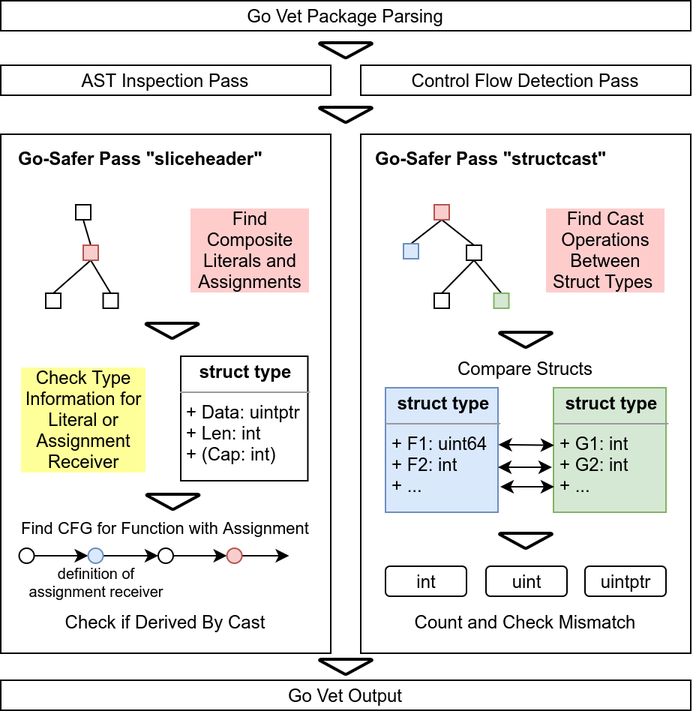
Before: thesis/assets/figures/go-safer-architecture.png, a diagram exported from draw.io (jlauinger/master-of-science). Source tidied: cells renumbered, new cells last; positions are measured from the earlier drawing's top-left corner, leaving out a move shared by most shapes.
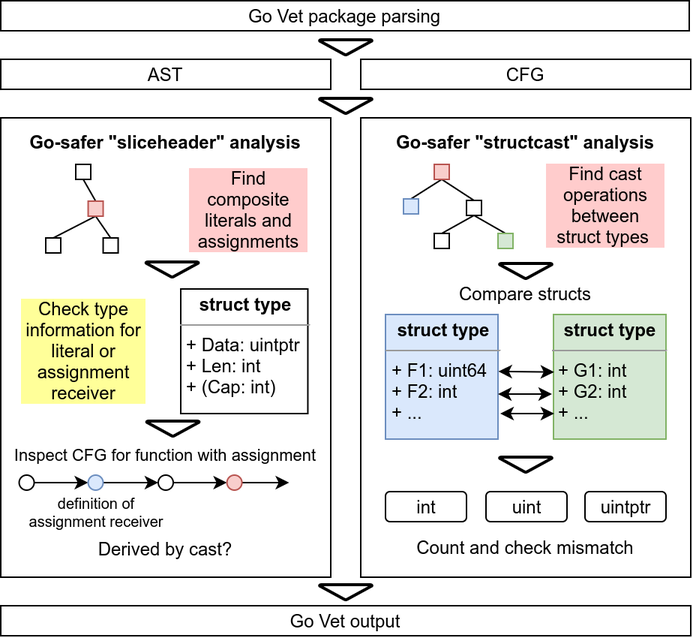
Later version of the same file.

Commit message:
paper: update design figures

Diff of the diagram source:
```diff
@@ -3,22 +3,22 @@
     <mxCell id="0" />
     <mxCell id="1" parent="0" />
     <mxCell id="2" style="rounded=0;whiteSpace=wrap;html=1;" parent="1" vertex="1">
-      <mxGeometry y="89" width="220" height="346" as="geometry" />
+      <mxGeometry y="89" width="220" height="306" as="geometry" />
     </mxCell>
-    <mxCell id="3" value="Go Vet Package Parsing" style="rounded=0;whiteSpace=wrap;html=1;" parent="1" vertex="1">
-      <mxGeometry width="460" height="20" as="geometry" />
+    <mxCell id="3" value="Go Vet package parsing" style="rounded=0;whiteSpace=wrap;html=1;" parent="1" vertex="1">
+      <mxGeometry y="11" width="459" height="20" as="geometry" />
     </mxCell>
-    <mxCell id="4" value="AST Inspection Pass" style="rounded=0;whiteSpace=wrap;html=1;" parent="1" vertex="1">
-      <mxGeometry y="43" width="220" height="20" as="geometry" />
+    <mxCell id="4" value="AST" style="rounded=0;whiteSpace=wrap;html=1;" parent="1" vertex="1">
+      <mxGeometry y="50" width="220" height="20" as="geometry" />
     </mxCell>
-    <mxCell id="5" value="Control Flow Detection Pass" style="rounded=0;whiteSpace=wrap;html=1;" parent="1" vertex="1">
-      <mxGeometry x="240" y="43" width="220" height="20" as="geometry" />
+    <mxCell id="5" value="CFG" style="rounded=0;whiteSpace=wrap;html=1;" parent="1" vertex="1">
+      <mxGeometry x="240" y="50" width="220" height="20" as="geometry" />
     </mxCell>
-    <mxCell id="6" value="&lt;b&gt;Go-Safer Pass &quot;sliceheader&quot;&lt;/b&gt;" style="text;html=1;strokeColor=none;fillColor=none;align=left;verticalAlign=bottom;whiteSpace=wrap;rounded=0;" parent="1" vertex="1">
-      <mxGeometry x="10" y="95" width="170" height="20" as="geometry" />
+    <mxCell id="6" value="&lt;b&gt;Go-safer &quot;sliceheader&quot; analysis&lt;/b&gt;" style="text;html=1;strokeColor=none;fillColor=none;align=center;verticalAlign=bottom;whiteSpace=wrap;rounded=0;" parent="1" vertex="1">
+      <mxGeometry y="95" width="220" height="20" as="geometry" />
     </mxCell>
     <mxCell id="7" style="rounded=0;whiteSpace=wrap;html=1;align=left;" parent="1" vertex="1">
-      <mxGeometry x="50" y="136" width="10" height="10" as="geometry" />
+      <mxGeometry x="50" y="120" width="10" height="10" as="geometry" />
     </mxCell>
     <mxCell id="8" style="edgeStyle=none;rounded=0;jettySize=auto;html=1;exitX=0.5;exitY=0;exitDx=0;exitDy=0;entryX=0.5;entryY=1;entryDx=0;entryDy=0;endArrow=none;endFill=0;" parent="1" edge="1" source="11" target="7">
       <mxGeometry relative="1" as="geometry" />
@@ -30,78 +30,78 @@
       <mxGeometry relative="1" as="geometry" />
     </mxCell>
     <mxCell id="11" style="rounded=0;whiteSpace=wrap;html=1;align=left;fillColor=#f8cecc;strokeColor=#b85450;" parent="1" vertex="1">
-      <mxGeometry x="55" y="163" width="10" height="10" as="geometry" />
+      <mxGeometry x="58.3" y="144.5" width="10" height="10" as="geometry" />
     </mxCell>
     <mxCell id="12" style="rounded=0;whiteSpace=wrap;html=1;align=left;" parent="1" vertex="1">
-      <mxGeometry x="68.3" y="195" width="10" height="10" as="geometry" />
+      <mxGeometry x="68.3" y="169" width="10" height="10" as="geometry" />
     </mxCell>
     <mxCell id="13" style="rounded=0;whiteSpace=wrap;html=1;align=left;" parent="1" vertex="1">
-      <mxGeometry x="30" y="195" width="10" height="10" as="geometry" />
+      <mxGeometry x="30" y="169" width="10" height="10" as="geometry" />
     </mxCell>
     <mxCell id="14" style="edgeStyle=none;rounded=0;orthogonalLoop=1;jettySize=auto;html=1;entryX=0.25;entryY=0;entryDx=0;entryDy=0;endArrow=none;endFill=0;" parent="1" edge="1" source="11" target="11">
       <mxGeometry relative="1" as="geometry" />
     </mxCell>
     <mxCell id="15" value="&lt;p style=&quot;margin: 4px 0px 0px ; text-align: center&quot;&gt;&lt;b&gt;&lt;font style=&quot;font-size: 12px&quot;&gt;struct type&lt;/font&gt;&lt;/b&gt;&lt;/p&gt;&lt;hr size=&quot;1&quot;&gt;&lt;p style=&quot;margin: 0px 0px 0px 4px&quot;&gt;&lt;font style=&quot;font-size: 12px&quot;&gt;+ Data: uintptr&lt;/font&gt;&lt;/p&gt;&lt;p style=&quot;margin: 0px 0px 0px 4px&quot;&gt;&lt;font style=&quot;font-size: 12px&quot;&gt;+ Len: int&lt;/font&gt;&lt;/p&gt;&lt;p style=&quot;margin: 0px 0px 0px 4px&quot;&gt;&lt;font style=&quot;font-size: 12px&quot;&gt;+ (Cap: int)&lt;/font&gt;&lt;/p&gt;" style="verticalAlign=top;align=left;overflow=fill;fontSize=12;fontFamily=Helvetica;html=1;labelBackgroundColor=none;" parent="1" vertex="1">
-      <mxGeometry x="120" y="237" width="84.7" height="83" as="geometry" />
+      <mxGeometry x="120" y="203" width="84.7" height="83" as="geometry" />
     </mxCell>
-    <mxCell id="16" value="Check Type Information for Literal or Assignment Receiver" style="text;html=1;strokeColor=none;fillColor=none;align=center;verticalAlign=middle;whiteSpace=wrap;rounded=0;labelBackgroundColor=#FFFF99;" parent="1" vertex="1">
-      <mxGeometry x="13.4" y="242" width="84.5" height="73" as="geometry" />
+    <mxCell id="16" value="Check type information for literal or assignment receiver" style="text;html=1;strokeColor=none;fillColor=none;align=center;verticalAlign=middle;whiteSpace=wrap;rounded=0;labelBackgroundColor=#FFFF99;" parent="1" vertex="1">
+      <mxGeometry x="13.4" y="207" width="84.5" height="73" as="geometry" />
     </mxCell>
     <mxCell id="17" style="strokeWidth=2;html=1;shape=mxgraph.flowchart.merge_or_storage;whiteSpace=wrap;labelBackgroundColor=none;fillColor=none;gradientColor=none;align=left;" parent="1" vertex="1">
-      <mxGeometry x="96.8" y="215" width="35" height="10" as="geometry" />
+      <mxGeometry x="96.8" y="185" width="35" height="10" as="geometry" />
     </mxCell>
     <mxCell id="18" style="strokeWidth=2;html=1;shape=mxgraph.flowchart.merge_or_storage;whiteSpace=wrap;labelBackgroundColor=none;fillColor=none;gradientColor=none;align=left;" parent="1" vertex="1">
-      <mxGeometry x="97.3" y="329" width="35" height="10" as="geometry" />
+      <mxGeometry x="97.3" y="291" width="35" height="10" as="geometry" />
     </mxCell>
     <mxCell id="19" style="edgeStyle=orthogonalEdgeStyle;rounded=0;jettySize=auto;html=1;exitX=1;exitY=0.5;exitDx=0;exitDy=0;entryX=0;entryY=0.5;entryDx=0;entryDy=0;" parent="1" edge="1" source="20" target="22">
       <mxGeometry relative="1" as="geometry" />
     </mxCell>
     <mxCell id="20" style="ellipse;whiteSpace=wrap;html=1;labelBackgroundColor=none;strokeColor=#000000;fillColor=none;gradientColor=none;align=left;" parent="1" vertex="1">
-      <mxGeometry x="12.3" y="365" width="10" height="10" as="geometry" />
+      <mxGeometry x="12.3" y="327" width="10" height="10" as="geometry" />
     </mxCell>
     <mxCell id="21" style="edgeStyle=orthogonalEdgeStyle;rounded=0;jettySize=auto;html=1;exitX=1;exitY=0.5;exitDx=0;exitDy=0;entryX=0;entryY=0.5;entryDx=0;entryDy=0;" parent="1" edge="1" source="22" target="24">
       <mxGeometry relative="1" as="geometry" />
     </mxCell>
     <mxCell id="22" style="ellipse;whiteSpace=wrap;html=1;labelBackgroundColor=none;strokeColor=#6c8ebf;fillColor=#dae8fc;align=left;" parent="1" vertex="1">
-      <mxGeometry x="58.3" y="365" width="10" height="10" as="geometry" />
+      <mxGeometry x="58.3" y="327" width="10" height="10" as="geometry" />
     </mxCell>
     <mxCell id="23" style="edgeStyle=orthogonalEdgeStyle;rounded=0;jettySize=auto;html=1;exitX=1;exitY=0.5;exitDx=0;exitDy=0;entryX=0;entryY=0.5;entryDx=0;entryDy=0;" parent="1" edge="1" source="24" target="26">
       <mxGeometry relative="1" as="geometry" />
     </mxCell>
     <mxCell id="24" style="ellipse;whiteSpace=wrap;html=1;labelBackgroundColor=none;strokeColor=#000000;fillColor=none;gradientColor=none;align=left;" parent="1" vertex="1">
-      <mxGeometry x="105" y="365" width="10" height="10" as="geometry" />
+      <mxGeometry x="105" y="327" width="10" height="10" as="geometry" />
     </mxCell>
     <mxCell id="25" style="edgeStyle=orthogonalEdgeStyle;rounded=0;jettySize=auto;html=1;exitX=1;exitY=0.5;exitDx=0;exitDy=0;entryX=0;entryY=0.5;entryDx=0;entryDy=0;" parent="1" edge="1" source="26">
       <mxGeometry relative="1" as="geometry">
-        <mxPoint x="192.3" y="370" as="targetPoint" />
+        <mxPoint x="192.3" y="332" as="targetPoint" />
       </mxGeometry>
     </mxCell>
     <mxCell id="26" style="ellipse;whiteSpace=wrap;html=1;labelBackgroundColor=none;strokeColor=#b85450;fillColor=#f8cecc;align=left;" parent="1" vertex="1">
-      <mxGeometry x="150.8" y="365" width="10" height="10" as="geometry" />
+      <mxGeometry x="150.8" y="327" width="10" height="10" as="geometry" />
     </mxCell>
-    <mxCell id="27" value="&lt;div&gt;&lt;span&gt;&lt;font style=&quot;font-size: 11px&quot;&gt;Find CFG for Function with Assignment&lt;/font&gt;&lt;/span&gt;&lt;/div&gt;" style="text;html=1;strokeColor=none;fillColor=none;align=center;verticalAlign=middle;whiteSpace=wrap;rounded=0;labelBackgroundColor=none;" parent="1" vertex="1">
-      <mxGeometry x="-0.3" y="341" width="220" height="20" as="geometry" />
+    <mxCell id="27" value="&lt;div&gt;&lt;span&gt;&lt;font style=&quot;font-size: 11px&quot;&gt;Inspect CFG for function with assignment&lt;/font&gt;&lt;/span&gt;&lt;/div&gt;" style="text;html=1;strokeColor=none;fillColor=none;align=center;verticalAlign=middle;whiteSpace=wrap;rounded=0;labelBackgroundColor=none;" parent="1" vertex="1">
+      <mxGeometry x="-0.3" y="303" width="220" height="20" as="geometry" />
     </mxCell>
-    <mxCell id="28" value="&lt;div style=&quot;text-align: center ; font-size: 10px&quot;&gt;&lt;font face=&quot;helvetica&quot;&gt;definition of assignment receiver&lt;/font&gt;&lt;/div&gt;" style="text;whiteSpace=wrap;html=1;" parent="1" vertex="1">
-      <mxGeometry x="13.4" y="370" width="99.7" height="30" as="geometry" />
+    <mxCell id="28" value="&lt;div style=&quot;text-align: center ; font-size: 10px&quot;&gt;&lt;font face=&quot;helvetica&quot;&gt;definition of assignment receiver&lt;/font&gt;&lt;/div&gt;" style="text;whiteSpace=wrap;html=1;verticalAlign=middle;" parent="1" vertex="1">
+      <mxGeometry x="13.4" y="337" width="99.7" height="30" as="geometry" />
     </mxCell>
     <mxCell id="29" style="strokeWidth=2;html=1;shape=mxgraph.flowchart.merge_or_storage;whiteSpace=wrap;labelBackgroundColor=none;fillColor=none;gradientColor=none;align=left;" parent="1" vertex="1">
-      <mxGeometry x="212.5" y="28" width="35" height="10" as="geometry" />
+      <mxGeometry x="212.5" y="37" width="35" height="10" as="geometry" />
     </mxCell>
     <mxCell id="30" style="strokeWidth=2;html=1;shape=mxgraph.flowchart.merge_or_storage;whiteSpace=wrap;labelBackgroundColor=none;fillColor=none;gradientColor=none;align=left;" parent="1" vertex="1">
-      <mxGeometry x="212.5" y="71" width="35" height="10" as="geometry" />
+      <mxGeometry x="212.5" y="76" width="35" height="10" as="geometry" />
     </mxCell>
     <mxCell id="31" style="strokeWidth=2;html=1;shape=mxgraph.flowchart.merge_or_storage;whiteSpace=wrap;labelBackgroundColor=none;fillColor=none;gradientColor=none;align=left;" parent="1" vertex="1">
-      <mxGeometry x="212.5" y="439" width="35" height="10" as="geometry" />
+      <mxGeometry x="212.5" y="400" width="35" height="10" as="geometry" />
     </mxCell>
-    <mxCell id="32" value="Go Vet Output" style="rounded=0;whiteSpace=wrap;html=1;" parent="1" vertex="1">
-      <mxGeometry y="453" width="460" height="20" as="geometry" />
+    <mxCell id="32" value="Go Vet output" style="rounded=0;whiteSpace=wrap;html=1;" parent="1" vertex="1">
+      <mxGeometry y="414" width="460" height="20" as="geometry" />
     </mxCell>
     <mxCell id="33" style="rounded=0;whiteSpace=wrap;html=1;" parent="1" vertex="1">
-      <mxGeometry x="240" y="89" width="220" height="346" as="geometry" />
+      <mxGeometry x="240" y="89" width="220" height="306" as="geometry" />
     </mxCell>
-    <mxCell id="34" value="&lt;b&gt;&lt;font style=&quot;font-size: 12px&quot;&gt;Go-Safer Pass &quot;structcast&quot;&lt;/font&gt;&lt;/b&gt;" style="text;html=1;strokeColor=none;fillColor=none;align=left;verticalAlign=bottom;whiteSpace=wrap;rounded=0;" parent="1" vertex="1">
-      <mxGeometry x="247.5" y="95" width="172.5" height="20" as="geometry" />
+    <mxCell id="34" value="&lt;b&gt;&lt;font style=&quot;font-size: 12px&quot;&gt;Go-safer &quot;structcast&quot; analysis&lt;/font&gt;&lt;/b&gt;" style="text;html=1;strokeColor=none;fillColor=none;align=center;verticalAlign=bottom;whiteSpace=wrap;rounded=0;" parent="1" vertex="1">
+      <mxGeometry x="240" y="95" width="220" height="20" as="geometry" />
     </mxCell>
     <mxCell id="35" style="edgeStyle=none;rounded=0;jettySize=auto;html=1;exitX=0.5;exitY=1;exitDx=0;exitDy=0;entryX=0.5;entryY=0;entryDx=0;entryDy=0;endArrow=none;endFill=0;" parent="1" edge="1" source="37" target="42">
       <mxGeometry relative="1" as="geometry" />
@@ -110,7 +110,7 @@
       <mxGeometry relative="1" as="geometry" />
     </mxCell>
     <mxCell id="37" style="rounded=0;whiteSpace=wrap;html=1;labelBackgroundColor=none;strokeColor=#000000;fillColor=none;gradientColor=none;align=left;" parent="1" vertex="1">
-      <mxGeometry x="310.5" y="163" width="10" height="10" as="geometry" />
+      <mxGeometry x="310.5" y="144" width="10" height="10" as="geometry" />
     </mxCell>
     <mxCell id="38" style="edgeStyle=none;rounded=0;jettySize=auto;html=1;exitX=0.5;exitY=1;exitDx=0;exitDy=0;entryX=0.5;entryY=0;entryDx=0;entryDy=0;endArrow=none;endFill=0;" parent="1" edge="1" source="40" target="41">
       <mxGeometry relative="1" as="geometry" />
@@ -119,70 +119,70 @@
       <mxGeometry relative="1" as="geometry" />
     </mxCell>
     <mxCell id="40" style="rounded=0;whiteSpace=wrap;html=1;labelBackgroundColor=none;strokeColor=#b85450;fillColor=#f8cecc;align=left;" parent="1" vertex="1">
-      <mxGeometry x="289" y="136" width="10" height="10" as="geometry" />
+      <mxGeometry x="289" y="120" width="10" height="10" as="geometry" />
     </mxCell>
     <mxCell id="41" style="rounded=0;whiteSpace=wrap;html=1;labelBackgroundColor=none;strokeColor=#6c8ebf;fillColor=#dae8fc;align=left;" parent="1" vertex="1">
-      <mxGeometry x="268.5" y="162" width="10" height="10" as="geometry" />
+      <mxGeometry x="268.5" y="143" width="10" height="10" as="geometry" />
     </mxCell>
     <mxCell id="42" style="rounded=0;whiteSpace=wrap;html=1;labelBackgroundColor=none;strokeColor=#000000;fillColor=none;gradientColor=none;align=left;" parent="1" vertex="1">
-      <mxGeometry x="289" y="195" width="10" height="10" as="geometry" />
+      <mxGeometry x="289" y="166" width="10" height="10" as="geometry" />
     </mxCell>
     <mxCell id="43" style="rounded=0;whiteSpace=wrap;html=1;labelBackgroundColor=none;strokeColor=#82b366;fillColor=#d5e8d4;align=left;" parent="1" vertex="1">
-      <mxGeometry x="328.8" y="195" width="10" height="10" as="geometry" />
+      <mxGeometry x="331.5" y="166" width="10" height="10" as="geometry" />
     </mxCell>
     <mxCell id="44" style="strokeWidth=2;html=1;shape=mxgraph.flowchart.merge_or_storage;whiteSpace=wrap;labelBackgroundColor=none;fillColor=none;gradientColor=none;align=left;" parent="1" vertex="1">
-      <mxGeometry x="332.5" y="221" width="35" height="10" as="geometry" />
+      <mxGeometry x="332.5" y="186" width="35" height="10" as="geometry" />
     </mxCell>
     <mxCell id="45" value="&lt;p style=&quot;margin: 4px 0px 0px ; text-align: center&quot;&gt;&lt;b&gt;&lt;font style=&quot;font-size: 12px&quot;&gt;struct type&lt;/font&gt;&lt;/b&gt;&lt;/p&gt;&lt;hr size=&quot;1&quot;&gt;&lt;p style=&quot;margin: 0px 0px 0px 4px&quot;&gt;&lt;font style=&quot;font-size: 12px&quot;&gt;+ F1: uint64&lt;/font&gt;&lt;/p&gt;&lt;p style=&quot;margin: 0px 0px 0px 4px&quot;&gt;&lt;font style=&quot;font-size: 12px&quot;&gt;+ F2: int&lt;/font&gt;&lt;/p&gt;&lt;p style=&quot;margin: 0px 0px 0px 4px&quot;&gt;&lt;font style=&quot;font-size: 12px&quot;&gt;+ ...&lt;/font&gt;&lt;/p&gt;" style="verticalAlign=top;align=left;overflow=fill;fontSize=12;fontFamily=Helvetica;html=1;labelBackgroundColor=none;fillColor=#dae8fc;strokeColor=#6c8ebf;" parent="1" vertex="1">
-      <mxGeometry x="256.5" y="258" width="75" height="83" as="geometry" />
+      <mxGeometry x="256.5" y="220" width="75" height="83" as="geometry" />
     </mxCell>
     <mxCell id="46" value="&lt;p style=&quot;margin: 4px 0px 0px ; text-align: center&quot;&gt;&lt;b&gt;&lt;font style=&quot;font-size: 12px&quot;&gt;struct type&lt;/font&gt;&lt;/b&gt;&lt;/p&gt;&lt;hr size=&quot;1&quot;&gt;&lt;p style=&quot;margin: 0px 0px 0px 4px&quot;&gt;&lt;font style=&quot;font-size: 12px&quot;&gt;+ G1: int&lt;/font&gt;&lt;/p&gt;&lt;p style=&quot;margin: 0px 0px 0px 4px&quot;&gt;&lt;font style=&quot;font-size: 12px&quot;&gt;+ G2: int&lt;/font&gt;&lt;/p&gt;&lt;p style=&quot;margin: 0px 0px 0px 4px&quot;&gt;&lt;font style=&quot;font-size: 12px&quot;&gt;+ ...&lt;/font&gt;&lt;/p&gt;" style="verticalAlign=top;align=left;overflow=fill;fontSize=12;fontFamily=Helvetica;html=1;labelBackgroundColor=none;fillColor=#d5e8d4;strokeColor=#82b366;" parent="1" vertex="1">
-      <mxGeometry x="368.5" y="258" width="75" height="83" as="geometry" />
+      <mxGeometry x="368.5" y="220" width="75" height="83" as="geometry" />
     </mxCell>
     <mxCell id="47" style="endArrow=classic;startArrow=classic;html=1;entryX=0.006;entryY=0.462;entryDx=0;entryDy=0;exitX=1.004;exitY=0.457;exitDx=0;exitDy=0;exitPerimeter=0;entryPerimeter=0;" parent="1" edge="1" source="45" target="46">
       <mxGeometry relative="1" as="geometry" />
     </mxCell>
     <mxCell id="48" style="endArrow=classic;startArrow=classic;html=1;entryX=0;entryY=0.5;entryDx=0;entryDy=0;" parent="1" edge="1">
       <mxGeometry relative="1" as="geometry">
-        <mxPoint x="331.5" y="311" as="sourcePoint" />
-        <mxPoint x="367.5" y="311" as="targetPoint" />
+        <mxPoint x="331.5" y="273" as="sourcePoint" />
+        <mxPoint x="367.5" y="273" as="targetPoint" />
         <Array as="points">
-          <mxPoint x="339.5" y="311" />
+          <mxPoint x="339.5" y="273" />
         </Array>
       </mxGeometry>
     </mxCell>
     <mxCell id="49" style="endArrow=classic;startArrow=classic;html=1;entryX=0;entryY=0.5;entryDx=0;entryDy=0;" parent="1" edge="1">
       <mxGeometry relative="1" as="geometry">
-        <mxPoint x="333" y="324" as="sourcePoint" />
-        <mxPoint x="369" y="324" as="targetPoint" />
+        <mxPoint x="333" y="286" as="sourcePoint" />
+        <mxPoint x="369" y="286" as="targetPoint" />
       </mxGeometry>
     </mxCell>
     <mxCell id="50" style="strokeWidth=2;html=1;shape=mxgraph.flowchart.merge_or_storage;whiteSpace=wrap;labelBackgroundColor=none;fillColor=none;gradientColor=none;align=left;" parent="1" vertex="1">
-      <mxGeometry x="332.5" y="355" width="35" height="10" as="geometry" />
+      <mxGeometry x="332.5" y="315" width="35" height="10" as="geometry" />
     </mxCell>
     <mxCell id="51" value="&lt;font style=&quot;font-size: 12px&quot;&gt;int&lt;/font&gt;" style="rounded=1;whiteSpace=wrap;html=1;labelBackgroundColor=none;strokeColor=#000000;fillColor=none;gradientColor=none;align=center;verticalAlign=bottom;" parent="1" vertex="1">
-      <mxGeometry x="256.5" y="377" width="54" height="20" as="geometry" />
+      <mxGeometry x="256.5" y="338" width="54" height="20" as="geometry" />
     </mxCell>
-    <mxCell id="52" value="&lt;font style=&quot;font-size: 12px&quot;&gt;Count and Check Mismatch&lt;/font&gt;" style="text;html=1;strokeColor=none;fillColor=none;align=center;verticalAlign=middle;whiteSpace=wrap;rounded=0;labelBackgroundColor=none;" parent="1" vertex="1">
-      <mxGeometry x="240" y="404" width="220" height="20" as="geometry" />
+    <mxCell id="52" value="&lt;font style=&quot;font-size: 12px&quot;&gt;Count and check mismatch&lt;/font&gt;" style="text;html=1;strokeColor=none;fillColor=none;align=center;verticalAlign=middle;whiteSpace=wrap;rounded=0;labelBackgroundColor=none;" parent="1" vertex="1">
+      <mxGeometry x="240" y="365" width="220" height="20" as="geometry" />
     </mxCell>
     <mxCell id="53" value="&lt;font style=&quot;font-size: 12px&quot;&gt;uintptr&lt;/font&gt;" style="rounded=1;whiteSpace=wrap;html=1;labelBackgroundColor=none;strokeColor=#000000;fillColor=none;gradientColor=none;align=center;verticalAlign=bottom;" parent="1" vertex="1">
-      <mxGeometry x="389.5" y="377" width="54" height="20" as="geometry" />
+      <mxGeometry x="389.5" y="338" width="54" height="20" as="geometry" />
     </mxCell>
     <mxCell id="54" value="&lt;font style=&quot;font-size: 12px&quot;&gt;uint&lt;/font&gt;" style="rounded=1;whiteSpace=wrap;html=1;labelBackgroundColor=none;strokeColor=#000000;fillColor=none;gradientColor=none;align=center;verticalAlign=middle;" parent="1" vertex="1">
-      <mxGeometry x="323.5" y="377" width="54" height="20" as="geometry" />
+      <mxGeometry x="323.5" y="338" width="54" height="20" as="geometry" />
     </mxCell>
-    <mxCell id="55" value="&lt;font style=&quot;font-size: 12px&quot;&gt;Check if Derived By Cast&lt;/font&gt;" style="text;html=1;strokeColor=none;fillColor=none;align=center;verticalAlign=middle;whiteSpace=wrap;rounded=0;labelBackgroundColor=none;" parent="1" vertex="1">
-      <mxGeometry x="19.7" y="404" width="180" height="20" as="geometry" />
+    <mxCell id="55" value="&lt;font style=&quot;font-size: 12px&quot;&gt;Derived by cast?&lt;/font&gt;" style="text;html=1;strokeColor=none;fillColor=none;align=center;verticalAlign=middle;whiteSpace=wrap;rounded=0;labelBackgroundColor=none;" parent="1" vertex="1">
+      <mxGeometry y="366" width="220" height="20" as="geometry" />
     </mxCell>
-    <mxCell id="56" value="&lt;font style=&quot;font-size: 12px&quot;&gt;Compare Structs&lt;/font&gt;" style="text;html=1;strokeColor=none;fillColor=none;align=center;verticalAlign=middle;whiteSpace=wrap;rounded=0;labelBackgroundColor=none;" parent="1" vertex="1">
-      <mxGeometry x="240" y="235" width="220" height="20" as="geometry" />
+    <mxCell id="56" value="&lt;font style=&quot;font-size: 12px&quot;&gt;Compare structs&lt;/font&gt;" style="text;html=1;strokeColor=none;fillColor=none;align=center;verticalAlign=middle;whiteSpace=wrap;rounded=0;labelBackgroundColor=none;" parent="1" vertex="1">
+      <mxGeometry x="240" y="196" width="220" height="20" as="geometry" />
     </mxCell>
-    <mxCell id="57" value="Find Cast Operations Between Struct Types&amp;nbsp;" style="text;html=1;strokeColor=none;fillColor=none;align=center;verticalAlign=middle;whiteSpace=wrap;rounded=0;labelBackgroundColor=#FFCCCC;" parent="1" vertex="1">
-      <mxGeometry x="362.5" y="132" width="81" height="67" as="geometry" />
+    <mxCell id="57" value="Find cast operations between struct&amp;nbsp;types&amp;nbsp;" style="text;html=1;strokeColor=none;fillColor=none;align=center;verticalAlign=middle;whiteSpace=wrap;rounded=0;labelBackgroundColor=#FFCCCC;" parent="1" vertex="1">
+      <mxGeometry x="362.5" y="113" width="81" height="67" as="geometry" />
     </mxCell>
-    <mxCell id="58" value="Find Composite Literals and Assignments" style="text;html=1;strokeColor=none;fillColor=none;align=center;verticalAlign=middle;whiteSpace=wrap;rounded=0;labelBackgroundColor=#FFCCCC;" parent="1" vertex="1">
-      <mxGeometry x="125.5" y="132" width="81" height="67" as="geometry" />
+    <mxCell id="58" value="Find composite literals and assignments" style="text;html=1;strokeColor=none;fillColor=none;align=center;verticalAlign=middle;whiteSpace=wrap;rounded=0;labelBackgroundColor=#FFCCCC;" parent="1" vertex="1">
+      <mxGeometry x="125.5" y="116" width="81" height="67" as="geometry" />
     </mxCell>
   </root>
 </mxGraphModel>
```
